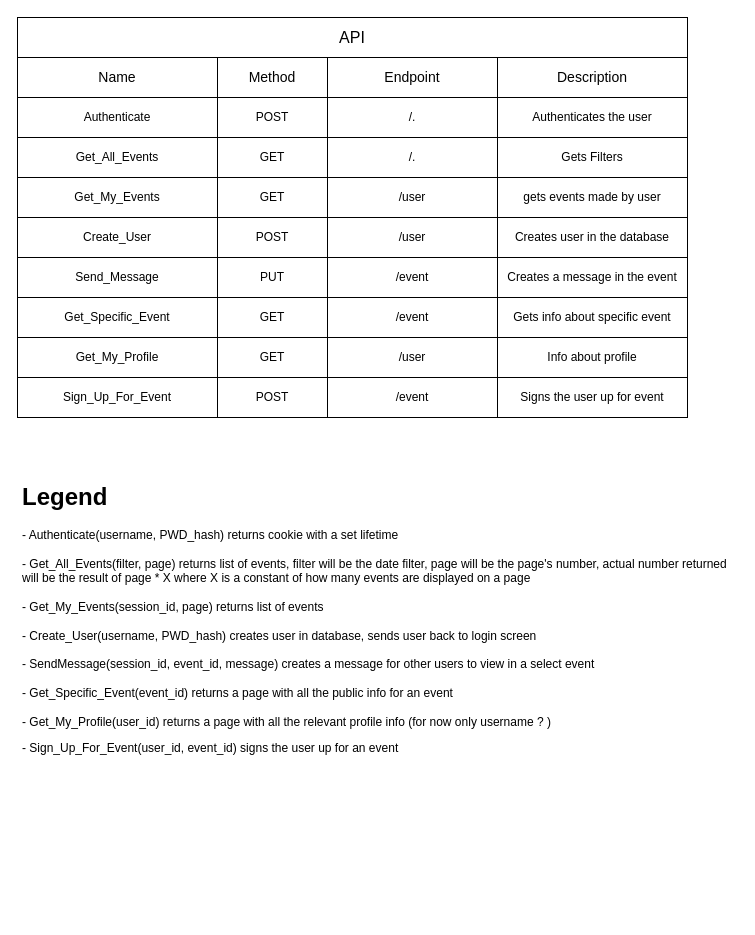
Before: Navrh/Diagramy/Untitled Diagram.drawio in RatsAreNice/ITU-2023, a draw.io diagram. Source tidied: cells renumbered, new cells numbered last; positions are measured from the earlier drawing's top-left corner, leaving out a move shared by most shapes. Both pictures are drawn from the tidied source at 100%, with x=0, y=0 at pixel (17, 17).
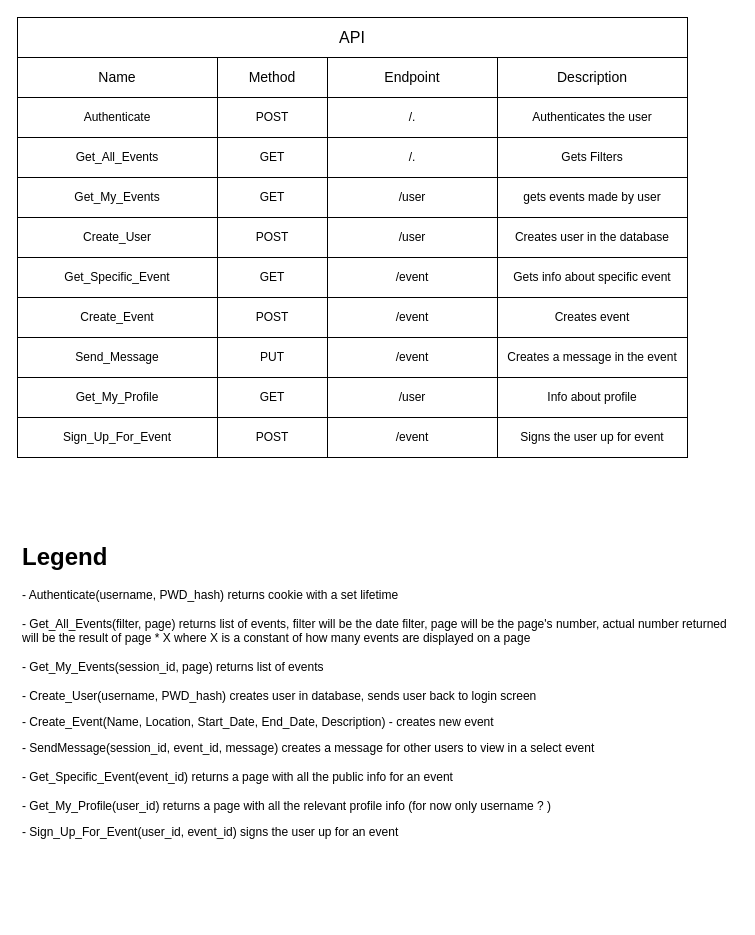
The same diagram, later.

Commit message:
Api Diagram update

The edit, as a diff of the source:
```diff
@@
-    <mxCell id="2" value="&lt;h1&gt;Legend&lt;/h1&gt;&lt;p&gt;- Authenticate(username, PWD_hash) returns cookie with a set lifetime&lt;br&gt;&lt;br&gt;- Get_All_Events(filter, page) returns list of events, filter will be the date filter, page will be the page's number, actual number returned will be the result of page * X where X is a constant of how many events are displayed on a page&lt;br&gt;&lt;br&gt;- Get_My_Events(session_id, page) returns list of events&lt;br&gt;&lt;br&gt;- Create_User(username, PWD_hash) creates user in database, sends user back to login screen&lt;br&gt;&lt;br&gt;- SendMessage(session_id, event_id, message) creates a message for other users to view in a select event&lt;br&gt;&lt;br&gt;- Get_Specific_Event(event_id) returns a page with all the public info for an event&lt;br&gt;&lt;br&gt;- Get_My_Profile(user_id) returns a page with all the relevant profile info (for now only username ? )&lt;br&gt;&lt;/p&gt;&lt;p&gt;- Sign_Up_For_Event(user_id, event_id) signs the user up for an event&lt;br&gt;&lt;/p&gt;" style="text;html=1;strokeColor=none;fillColor=none;spacing=5;spacingTop=-20;whiteSpace=wrap;overflow=hidden;rounded=0;" parent="1" vertex="1">
-      <mxGeometry y="460" width="720" height="380" as="geometry" />
+    <mxCell id="2" value="&lt;h1&gt;Legend&lt;/h1&gt;&lt;p&gt;- Authenticate(username, PWD_hash) returns cookie with a set lifetime&lt;br&gt;&lt;br&gt;- Get_All_Events(filter, page) returns list of events, filter will be the date filter, page will be the page's number, actual number returned will be the result of page * X where X is a constant of how many events are displayed on a page&lt;br&gt;&lt;br&gt;- Get_My_Events(session_id, page) returns list of events&lt;br&gt;&lt;br&gt;- Create_User(username, PWD_hash) creates user in database, sends user back to login screen&lt;/p&gt;&lt;p&gt;- Create_Event(Name, Location, Start_Date, End_Date, Description) - creates new event&lt;br&gt;&lt;/p&gt;&lt;p&gt;- SendMessage(session_id, event_id, message) creates a message for other users to view in a select event&lt;br&gt;&lt;br&gt;- Get_Specific_Event(event_id) returns a page with all the public info for an event&lt;br&gt;&lt;br&gt;- Get_My_Profile(user_id) returns a page with all the relevant profile info (for now only username ? )&lt;br&gt;&lt;/p&gt;&lt;p&gt;- Sign_Up_For_Event(user_id, event_id) signs the user up for an event&lt;br&gt;&lt;/p&gt;" style="text;html=1;strokeColor=none;fillColor=none;spacing=5;spacingTop=-20;whiteSpace=wrap;overflow=hidden;rounded=0;" parent="1" vertex="1">
+      <mxGeometry y="520" width="720" height="380" as="geometry" />
     </mxCell>
@@
     <mxCell id="24" value="Send_Message" style="rounded=0;whiteSpace=wrap;html=1;" parent="1" vertex="1">
-      <mxGeometry y="240" width="200" height="40" as="geometry" />
+      <mxGeometry y="320" width="200" height="40" as="geometry" />
     </mxCell>
     <mxCell id="25" value="PUT" style="rounded=0;whiteSpace=wrap;html=1;" parent="1" vertex="1">
-      <mxGeometry x="200" y="240" width="110" height="40" as="geometry" />
+      <mxGeometry x="200" y="320" width="110" height="40" as="geometry" />
     </mxCell>
     <mxCell id="26" value="/event" style="rounded=0;whiteSpace=wrap;html=1;" parent="1" vertex="1">
-      <mxGeometry x="310" y="240" width="170" height="40" as="geometry" />
+      <mxGeometry x="310" y="320" width="170" height="40" as="geometry" />
     </mxCell>
     <mxCell id="27" value="Creates a message in the event" style="rounded=0;whiteSpace=wrap;html=1;" parent="1" vertex="1">
-      <mxGeometry x="480" y="240" width="190" height="40" as="geometry" />
+      <mxGeometry x="480" y="320" width="190" height="40" as="geometry" />
     </mxCell>
     <mxCell id="28" value="Get_Specific_Event" style="rounded=0;whiteSpace=wrap;html=1;" parent="1" vertex="1">
-      <mxGeometry y="280" width="200" height="40" as="geometry" />
+      <mxGeometry y="240" width="200" height="40" as="geometry" />
     </mxCell>
     <mxCell id="29" value="GET" style="rounded=0;whiteSpace=wrap;html=1;" parent="1" vertex="1">
-      <mxGeometry x="200" y="280" width="110" height="40" as="geometry" />
+      <mxGeometry x="200" y="240" width="110" height="40" as="geometry" />
     </mxCell>
     <mxCell id="30" value="/event" style="rounded=0;whiteSpace=wrap;html=1;" parent="1" vertex="1">
-      <mxGeometry x="310" y="280" width="170" height="40" as="geometry" />
+      <mxGeometry x="310" y="240" width="170" height="40" as="geometry" />
     </mxCell>
     <mxCell id="31" value="Gets info about specific event" style="rounded=0;whiteSpace=wrap;html=1;" parent="1" vertex="1">
-      <mxGeometry x="480" y="280" width="190" height="40" as="geometry" />
+      <mxGeometry x="480" y="240" width="190" height="40" as="geometry" />
     </mxCell>
     <mxCell id="32" value="Get_My_Profile" style="rounded=0;whiteSpace=wrap;html=1;" parent="1" vertex="1">
-      <mxGeometry y="320" width="200" height="40" as="geometry" />
+      <mxGeometry y="360" width="200" height="40" as="geometry" />
     </mxCell>
     <mxCell id="33" value="GET" style="rounded=0;whiteSpace=wrap;html=1;" parent="1" vertex="1">
-      <mxGeometry x="200" y="320" width="110" height="40" as="geometry" />
+      <mxGeometry x="200" y="360" width="110" height="40" as="geometry" />
     </mxCell>
     <mxCell id="34" value="/user" style="rounded=0;whiteSpace=wrap;html=1;" parent="1" vertex="1">
-      <mxGeometry x="310" y="320" width="170" height="40" as="geometry" />
+      <mxGeometry x="310" y="360" width="170" height="40" as="geometry" />
     </mxCell>
     <mxCell id="35" value="Info about profile" style="rounded=0;whiteSpace=wrap;html=1;" parent="1" vertex="1">
-      <mxGeometry x="480" y="320" width="190" height="40" as="geometry" />
+      <mxGeometry x="480" y="360" width="190" height="40" as="geometry" />
     </mxCell>
     <mxCell id="36" value="Sign_Up_For_Event" style="rounded=0;whiteSpace=wrap;html=1;" parent="1" vertex="1">
-      <mxGeometry y="360" width="200" height="40" as="geometry" />
+      <mxGeometry y="400" width="200" height="40" as="geometry" />
     </mxCell>
     <mxCell id="37" value="POST" style="rounded=0;whiteSpace=wrap;html=1;" parent="1" vertex="1">
-      <mxGeometry x="200" y="360" width="110" height="40" as="geometry" />
+      <mxGeometry x="200" y="400" width="110" height="40" as="geometry" />
     </mxCell>
     <mxCell id="38" value="/event" style="rounded=0;whiteSpace=wrap;html=1;" parent="1" vertex="1">
-      <mxGeometry x="310" y="360" width="170" height="40" as="geometry" />
+      <mxGeometry x="310" y="400" width="170" height="40" as="geometry" />
     </mxCell>
     <mxCell id="39" value="Signs the user up for event" style="rounded=0;whiteSpace=wrap;html=1;" parent="1" vertex="1">
-      <mxGeometry x="480" y="360" width="190" height="40" as="geometry" />
+      <mxGeometry x="480" y="400" width="190" height="40" as="geometry" />
     </mxCell>
+    <mxCell id="40" value="Create_Event" style="rounded=0;whiteSpace=wrap;html=1;" parent="1" vertex="1">
+      <mxGeometry y="280" width="200" height="40" as="geometry" />
+    </mxCell>
+    <mxCell id="41" value="POST" style="rounded=0;whiteSpace=wrap;html=1;" parent="1" vertex="1">
+      <mxGeometry x="200" y="280" width="110" height="40" as="geometry" />
+    </mxCell>
+    <mxCell id="42" value="/event" style="rounded=0;whiteSpace=wrap;html=1;" parent="1" vertex="1">
+      <mxGeometry x="310" y="280" width="170" height="40" as="geometry" />
+    </mxCell>
+    <mxCell id="43" value="Creates event" style="rounded=0;whiteSpace=wrap;html=1;" parent="1" vertex="1">
+      <mxGeometry x="480" y="280" width="190" height="40" as="geometry" />
+    </mxCell>
```
